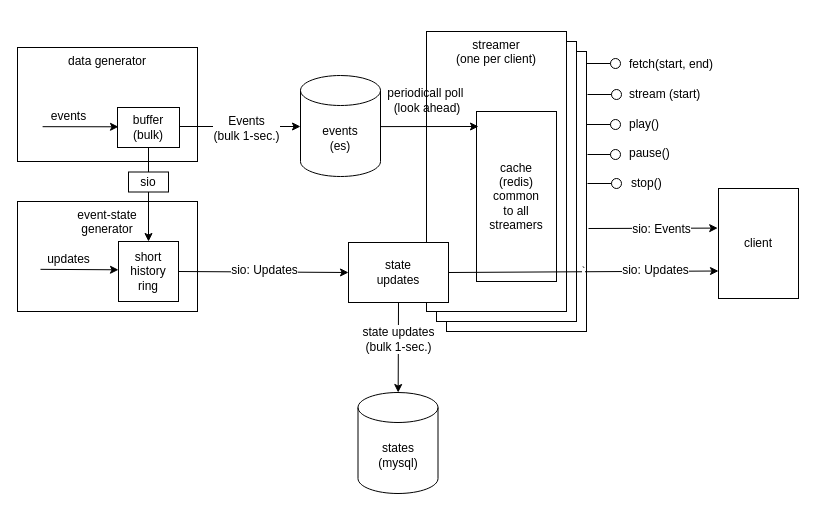
This is streaming.drawio from yossico2/monitor.backend, a draw.io file, before an edit. Source tidied: cells renumbered, new cells numbered last; positions are measured from the earlier drawing's top-left corner, leaving out a move shared by most shapes. Both pictures are drawn from the tidied source at 100%, with x=0, y=0 at pixel (17, 31).
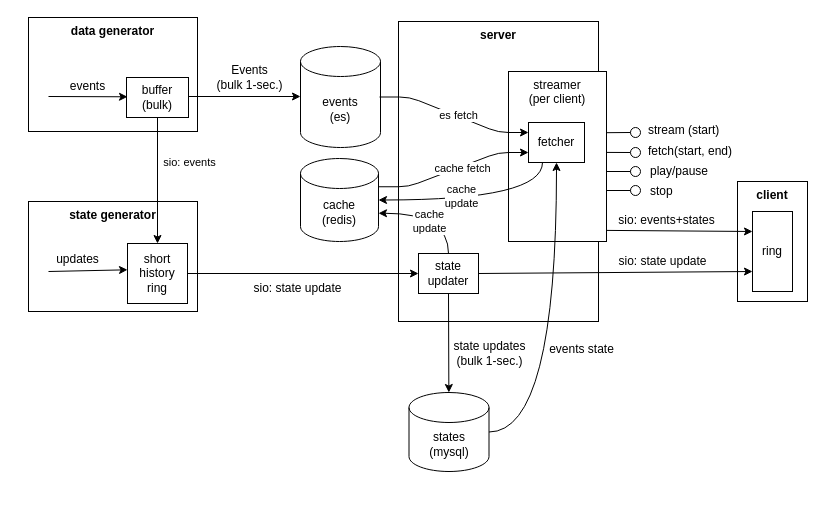
Above is the later version.

Unchanged cells that the change refers to:
```xml
<mxCell id="41" style="endArrow=classic;html=1;exitX=0.5;exitY=1;exitDx=0;exitDy=0;" parent="1" edge="1" source="49" target="40">
  <mxGeometry relative="1" as="geometry" />
</mxCell>
<mxCell id="44" style="endArrow=classic;html=1;exitX=0.5;exitY=1;exitDx=0;exitDy=0;" parent="1" edge="1" source="43" target="15">
  <mxGeometry relative="1" as="geometry" />
</mxCell>
<mxCell id="47" style="endArrow=classic;html=1;exitX=1;exitY=0.5;exitDx=0;exitDy=0;entryX=0;entryY=0.5;entryDx=0;entryDy=0;startArrow=none;" parent="1" edge="1" source="15" target="49">
  <mxGeometry relative="1" as="geometry" />
</mxCell>
```

What changed in the source:
```diff
@@
-    <mxCell id="2" style="rounded=0;whiteSpace=wrap;html=1;verticalAlign=top;align=center;" parent="1" vertex="1">
-      <mxGeometry x="429" y="20" width="140" height="280" as="geometry" />
-    </mxCell>
-    <mxCell id="3" style="rounded=0;whiteSpace=wrap;html=1;verticalAlign=top;align=center;" parent="1" vertex="1">
-      <mxGeometry x="419" y="10" width="140" height="280" as="geometry" />
-    </mxCell>
-    <mxCell id="4" value="event-state&lt;br&gt;generator" style="rounded=0;whiteSpace=wrap;html=1;verticalAlign=top;align=center;" parent="1" vertex="1">
-      <mxGeometry y="170" width="180" height="110" as="geometry" />
+    <mxCell id="4" value="&lt;b&gt;state generator&lt;/b&gt;" style="rounded=0;whiteSpace=wrap;html=1;verticalAlign=top;align=center;" parent="1" vertex="1">
+      <mxGeometry x="11" y="170" width="169" height="110" as="geometry" />
     </mxCell>
-    <mxCell id="5" value="streamer&lt;br&gt;(one per client)" style="rounded=0;whiteSpace=wrap;html=1;verticalAlign=top;align=center;" parent="1" vertex="1">
-      <mxGeometry x="409" width="140" height="280" as="geometry" />
+    <mxCell id="5" value="&lt;b&gt;server&lt;/b&gt;" style="rounded=0;whiteSpace=wrap;html=1;verticalAlign=top;align=center;" parent="1" vertex="1">
+      <mxGeometry x="381" y="-10" width="200" height="300" as="geometry" />
     </mxCell>
     <mxCell id="6" value="events&lt;br&gt;(es)" style="shape=cylinder3;whiteSpace=wrap;html=1;boundedLbl=1;backgroundOutline=1;size=15;" parent="1" vertex="1">
-      <mxGeometry x="283" y="44" width="80" height="101" as="geometry" />
+      <mxGeometry x="283" y="15" width="80" height="101" as="geometry" />
     </mxCell>
-    <mxCell id="7" style="endArrow=classic;html=1;entryX=-0.01;entryY=0.36;entryDx=0;entryDy=0;entryPerimeter=0;" parent="1" edge="1" target="10">
-      <mxGeometry relative="1" as="geometry">
-        <mxPoint x="571" y="197" as="sourcePoint" />
-      </mxGeometry>
-    </mxCell>
-    <mxCell id="8" value="&lt;span style=&quot;font-size: 12px&quot;&gt;sio:&amp;nbsp;&lt;/span&gt;&lt;span style=&quot;font-size: 12px&quot;&gt;Events&lt;/span&gt;" style="edgeLabel;html=1;align=center;verticalAlign=middle;" parent="7" vertex="1">
-      <mxGeometry x="0.11" y="-1" relative="1" as="geometry" />
-    </mxCell>
-    <mxCell id="9" value="periodicall poll&amp;nbsp;&lt;br&gt;(look ahead)" style="text;html=1;strokeColor=none;fillColor=none;align=center;verticalAlign=middle;whiteSpace=wrap;rounded=0;" parent="1" vertex="1">
-      <mxGeometry x="367" y="46.8" width="86" height="45" as="geometry" />
-    </mxCell>
-    <mxCell id="10" value="&lt;span&gt;client&lt;/span&gt;" style="rounded=0;whiteSpace=wrap;html=1;" parent="1" vertex="1">
-      <mxGeometry x="701" y="157" width="80" height="110" as="geometry" />
+    <mxCell id="10" value="&lt;span&gt;&lt;b&gt;client&lt;/b&gt;&lt;/span&gt;" style="rounded=0;whiteSpace=wrap;html=1;verticalAlign=top;" parent="1" vertex="1">
+      <mxGeometry x="720" y="150" width="70" height="120" as="geometry" />
     </mxCell>
-    <mxCell id="11" value="cache&lt;br&gt;(redis)&lt;br&gt;common&lt;br&gt;to all&lt;br&gt;streamers" style="rounded=0;whiteSpace=wrap;html=1;" parent="1" vertex="1">
-      <mxGeometry x="459" y="80" width="80" height="170" as="geometry" />
-    </mxCell>
-    <mxCell id="12" value="data generator" style="rounded=0;whiteSpace=wrap;html=1;verticalAlign=top;align=center;" parent="1" vertex="1">
-      <mxGeometry y="16" width="180" height="114" as="geometry" />
+    <mxCell id="12" value="&lt;b&gt;data generator&lt;/b&gt;" style="rounded=0;whiteSpace=wrap;html=1;verticalAlign=top;align=center;" parent="1" vertex="1">
+      <mxGeometry x="11" y="-14" width="169" height="114" as="geometry" />
     </mxCell>
     <mxCell id="13" style="endArrow=classic;html=1;entryX=0;entryY=0;entryDx=0;entryDy=30;entryPerimeter=0;" parent="1" edge="1">
       <mxGeometry relative="1" as="geometry">
-        <mxPoint x="161" y="95" as="sourcePoint" />
-        <mxPoint x="283" y="95" as="targetPoint" />
+        <mxPoint x="161" y="65" as="sourcePoint" />
+        <mxPoint x="283" y="65" as="targetPoint" />
       </mxGeometry>
     </mxCell>
     <mxCell id="14" value="&lt;span style=&quot;font-size: 12px&quot;&gt;Events&lt;br&gt;&lt;/span&gt;&lt;span style=&quot;font-size: 12px&quot;&gt;(bulk 1-sec.)&lt;/span&gt;&lt;span style=&quot;font-size: 12px&quot;&gt;&lt;br&gt;&lt;/span&gt;" style="edgeLabel;html=1;align=center;verticalAlign=middle;" parent="13" vertex="1">
       <mxGeometry x="-0.08" y="-1" relative="1" as="geometry">
-        <mxPoint x="11" as="offset" />
+        <mxPoint x="14" y="-21" as="offset" />
       </mxGeometry>
     </mxCell>
     <mxCell id="15" value="short&lt;br&gt;history&lt;br&gt;ring" style="rounded=0;whiteSpace=wrap;html=1;" parent="1" vertex="1">
-      <mxGeometry x="101" y="210" width="60" height="60" as="geometry" />
+      <mxGeometry x="110" y="212" width="60" height="60" as="geometry" />
     </mxCell>
-    <mxCell id="16" style="endArrow=classic;html=1;exitX=-0.018;exitY=0.994;exitDx=0;exitDy=0;exitPerimeter=0;" parent="1" edge="1" source="17">
+    <mxCell id="16" style="endArrow=classic;html=1;" parent="1" edge="1">
       <mxGeometry relative="1" as="geometry">
-        <mxPoint x="101" y="95.3" as="targetPoint" />
+        <mxPoint x="31" y="65" as="sourcePoint" />
+        <mxPoint x="110" y="65.3" as="targetPoint" />
       </mxGeometry>
     </mxCell>
     <mxCell id="17" value="events" style="text;html=1;align=center;verticalAlign=middle;points=[];strokeColor=none;fillColor=none;" parent="1" vertex="1">
-      <mxGeometry x="26" y="75.3" width="50" height="20" as="geometry" />
+      <mxGeometry x="45" y="45.3" width="50" height="20" as="geometry" />
     </mxCell>
-    <mxCell id="18" style="endArrow=classic;html=1;exitX=0.033;exitY=0.977;exitDx=0;exitDy=0;exitPerimeter=0;" parent="1" edge="1" source="19">
+    <mxCell id="18" style="endArrow=classic;html=1;" parent="1" edge="1">
       <mxGeometry relative="1" as="geometry">
-        <mxPoint x="101" y="238.3" as="targetPoint" />
+        <mxPoint x="31" y="240" as="sourcePoint" />
+        <mxPoint x="110" y="238.3" as="targetPoint" />
       </mxGeometry>
     </mxCell>
     <mxCell id="19" value="updates" style="text;html=1;align=center;verticalAlign=middle;points=[];strokeColor=none;fillColor=none;" parent="1" vertex="1">
-      <mxGeometry x="21" y="218.3" width="60" height="20" as="geometry" />
+      <mxGeometry x="30" y="218.3" width="60" height="20" as="geometry" />
     </mxCell>
     <mxCell id="20" value="stream (start)" style="text;html=1;strokeColor=none;fillColor=none;align=left;verticalAlign=middle;whiteSpace=wrap;rounded=0;" parent="1" vertex="1">
-      <mxGeometry x="610" y="48" width="120" height="30" as="geometry" />
+      <mxGeometry x="629" y="86" width="92" height="25" as="geometry" />
     </mxCell>
-    <mxCell id="21" value="play()" style="text;html=1;strokeColor=none;fillColor=none;align=left;verticalAlign=middle;whiteSpace=wrap;rounded=0;" parent="1" vertex="1">
-      <mxGeometry x="610" y="78" width="120" height="30" as="geometry" />
+    <mxCell id="21" value="play/pause" style="text;html=1;strokeColor=none;fillColor=none;align=left;verticalAlign=middle;whiteSpace=wrap;rounded=0;" parent="1" vertex="1">
+      <mxGeometry x="631" y="130" width="70" height="20" as="geometry" />
     </mxCell>
-    <mxCell id="22" value="pause()" style="text;html=1;strokeColor=none;fillColor=none;align=left;verticalAlign=middle;whiteSpace=wrap;rounded=0;" parent="1" vertex="1">
-      <mxGeometry x="610" y="107" width="120" height="30" as="geometry" />
-    </mxCell>
     <mxCell id="23" value="fetch(start, end)" style="text;html=1;strokeColor=none;fillColor=none;align=left;verticalAlign=middle;whiteSpace=wrap;rounded=0;" parent="1" vertex="1">
-      <mxGeometry x="610" y="18" width="120" height="30" as="geometry" />
+      <mxGeometry x="629" y="107" width="92" height="25" as="geometry" />
     </mxCell>
-    <mxCell id="24" value="stop()" style="text;html=1;strokeColor=none;fillColor=none;align=left;verticalAlign=middle;whiteSpace=wrap;rounded=0;" parent="1" vertex="1">
-      <mxGeometry x="612" y="137" width="120" height="30" as="geometry" />
+    <mxCell id="24" value="stop" style="text;html=1;strokeColor=none;fillColor=none;align=left;verticalAlign=middle;whiteSpace=wrap;rounded=0;" parent="1" vertex="1">
+      <mxGeometry x="631" y="150" width="30" height="20" as="geometry" />
     </mxCell>
-    <mxCell id="25" style="group;" parent="1" vertex="1">
-      <mxGeometry x="569" y="27" width="34" height="10" as="geometry" />
-    </mxCell>
-    <mxCell id="26" style="ellipse;whiteSpace=wrap;html=1;" parent="25" vertex="1">
-      <mxGeometry x="24" width="10" height="10" as="geometry" />
-    </mxCell>
-    <mxCell id="27" style="endArrow=none;html=1;exitX=0;exitY=0.5;exitDx=0;exitDy=0;" parent="25" edge="1" source="26">
-      <mxGeometry relative="1" as="geometry">
-        <mxPoint y="5" as="targetPoint" />
-      </mxGeometry>
-    </mxCell>
-    <mxCell id="28" style="group;" parent="1" vertex="1">
-      <mxGeometry x="570" y="58" width="34" height="10" as="geometry" />
-    </mxCell>
-    <mxCell id="29" style="ellipse;whiteSpace=wrap;html=1;" parent="28" vertex="1">
-      <mxGeometry x="24" width="10" height="10" as="geometry" />
-    </mxCell>
-    <mxCell id="30" style="endArrow=none;html=1;exitX=0;exitY=0.5;exitDx=0;exitDy=0;" parent="28" edge="1" source="29">
-      <mxGeometry relative="1" as="geometry">
-        <mxPoint y="5" as="targetPoint" />
-      </mxGeometry>
-    </mxCell>
-    <mxCell id="31" style="group;" parent="1" vertex="1">
-      <mxGeometry x="569" y="88" width="34" height="10" as="geometry" />
-    </mxCell>
-    <mxCell id="32" style="ellipse;whiteSpace=wrap;html=1;" parent="31" vertex="1">
-      <mxGeometry x="24" width="10" height="10" as="geometry" />
-    </mxCell>
-    <mxCell id="33" style="endArrow=none;html=1;exitX=0;exitY=0.5;exitDx=0;exitDy=0;" parent="31" edge="1">
-      <mxGeometry relative="1" as="geometry">
-        <mxPoint x="24" y="5" as="sourcePoint" />
-        <mxPoint y="5" as="targetPoint" />
-      </mxGeometry>
-    </mxCell>
-    <mxCell id="34" style="group;" parent="1" vertex="1">
-      <mxGeometry x="570" y="118" width="34" height="10" as="geometry" />
-    </mxCell>
-    <mxCell id="35" style="ellipse;whiteSpace=wrap;html=1;" parent="34" vertex="1">
-      <mxGeometry x="23" width="10" height="10" as="geometry" />
-    </mxCell>
-    <mxCell id="36" style="endArrow=none;html=1;exitX=0;exitY=0.5;exitDx=0;exitDy=0;" parent="34" edge="1" source="35">
-      <mxGeometry relative="1" as="geometry">
-        <mxPoint y="5" as="targetPoint" />
-      </mxGeometry>
-    </mxCell>
     <mxCell id="37" style="group;" parent="1" vertex="1">
-      <mxGeometry x="570" y="147" width="34" height="10" as="geometry" />
+      <mxGeometry x="589" y="135" width="34" height="10" as="geometry" />
     </mxCell>
@@
     <mxCell id="40" value="states&lt;br&gt;(mysql)" style="shape=cylinder3;whiteSpace=wrap;html=1;boundedLbl=1;backgroundOutline=1;size=15;" parent="1" vertex="1">
-      <mxGeometry x="340.5" y="361" width="80" height="101" as="geometry" />
+      <mxGeometry x="391.5" y="361" width="80" height="79" as="geometry" />
     </mxCell>
@@
     <mxCell id="42" value="&lt;span style=&quot;font-size: 12px&quot;&gt;state updates&lt;br&gt;&lt;/span&gt;&lt;span style=&quot;font-size: 12px&quot;&gt;(bulk 1-sec.)&lt;/span&gt;&lt;span style=&quot;font-size: 12px&quot;&gt;&lt;br&gt;&lt;/span&gt;" style="edgeLabel;html=1;align=center;verticalAlign=middle;" parent="41" vertex="1">
       <mxGeometry x="-0.08" y="-1" relative="1" as="geometry">
-        <mxPoint x="1" y="-4" as="offset" />
+        <mxPoint x="41" y="13" as="offset" />
       </mxGeometry>
     </mxCell>
     <mxCell id="43" value="buffer&lt;br&gt;(bulk)" style="rounded=0;whiteSpace=wrap;html=1;" parent="1" vertex="1">
-      <mxGeometry x="100" y="76" width="62" height="40" as="geometry" />
+      <mxGeometry x="109" y="46" width="62" height="40" as="geometry" />
     </mxCell>
@@
-    <mxCell id="45" value="sio" style="rounded=0;whiteSpace=wrap;html=1;" parent="1" vertex="1">
-      <mxGeometry x="111" y="140.5" width="40" height="20" as="geometry" />
-    </mxCell>
-    <mxCell id="46" style="endArrow=classic;html=1;exitX=0.995;exitY=0.605;exitDx=0;exitDy=0;exitPerimeter=0;" parent="1" edge="1">
-      <mxGeometry relative="1" as="geometry">
-        <mxPoint x="362.6" y="95.1" as="sourcePoint" />
-        <mxPoint x="461" y="95" as="targetPoint" />
-      </mxGeometry>
-    </mxCell>
+    <mxCell id="52" value="sio: events" style="edgeLabel;html=1;align=center;verticalAlign=middle;" parent="44" vertex="1">
+      <mxGeometry x="-0.3" y="1" relative="1" as="geometry">
+        <mxPoint x="30" as="offset" />
+      </mxGeometry>
+    </mxCell>
@@
-    <mxCell id="48" value="&lt;span style=&quot;font-size: 12px&quot;&gt;sio: Updates&lt;/span&gt;" style="edgeLabel;html=1;align=center;verticalAlign=middle;" parent="47" vertex="1">
+    <mxCell id="48" value="&lt;span style=&quot;font-size: 12px&quot;&gt;sio: state update&lt;/span&gt;" style="edgeLabel;html=1;align=center;verticalAlign=middle;" parent="47" vertex="1">
       <mxGeometry x="0.12" y="-2" relative="1" as="geometry">
-        <mxPoint x="-9" y="-4" as="offset" />
+        <mxPoint x="-20" y="12" as="offset" />
       </mxGeometry>
     </mxCell>
-    <mxCell id="49" value="state&lt;br&gt;updates" style="rounded=0;whiteSpace=wrap;html=1;" parent="1" vertex="1">
-      <mxGeometry x="331" y="211" width="100" height="60" as="geometry" />
+    <mxCell id="49" value="state&lt;br&gt;updater" style="rounded=0;whiteSpace=wrap;html=1;" parent="1" vertex="1">
+      <mxGeometry x="401" y="222" width="60" height="40" as="geometry" />
     </mxCell>
-    <mxCell id="50" value="`" style="endArrow=classic;html=1;entryX=0;entryY=0.75;entryDx=0;entryDy=0;exitX=1;exitY=0.5;exitDx=0;exitDy=0;" parent="1" edge="1" source="49" target="10">
-      <mxGeometry relative="1" as="geometry" />
-    </mxCell>
-    <mxCell id="51" value="&lt;span style=&quot;font-size: 12px&quot;&gt;sio: Updates&lt;/span&gt;" style="edgeLabel;html=1;align=center;verticalAlign=middle;" parent="50" vertex="1">
-      <mxGeometry x="0.15" y="-1" relative="1" as="geometry">
-        <mxPoint x="51" y="-3" as="offset" />
-      </mxGeometry>
-    </mxCell>
+    <mxCell id="7" style="endArrow=classic;html=1;exitX=1.025;exitY=0.915;exitDx=0;exitDy=0;exitPerimeter=0;entryX=0;entryY=0.25;entryDx=0;entryDy=0;" parent="1" edge="1" target="55">
+      <mxGeometry relative="1" as="geometry">
+        <mxPoint x="589" y="198.9" as="sourcePoint" />
+      </mxGeometry>
+    </mxCell>
+    <mxCell id="8" value="&lt;span style=&quot;font-size: 12px&quot;&gt;sio: e&lt;/span&gt;&lt;span style=&quot;font-size: 12px&quot;&gt;vents+states&lt;/span&gt;" style="edgeLabel;html=1;align=center;verticalAlign=middle;" parent="7" vertex="1">
+      <mxGeometry x="0.11" y="-1" relative="1" as="geometry">
+        <mxPoint x="-21" y="-12" as="offset" />
+      </mxGeometry>
+    </mxCell>
+    <mxCell id="53" style="endArrow=classic;html=1;exitX=1;exitY=0.5;exitDx=0;exitDy=0;entryX=0;entryY=0.75;entryDx=0;entryDy=0;" parent="1" edge="1" source="49" target="55">
+      <mxGeometry relative="1" as="geometry" />
+    </mxCell>
+    <mxCell id="54" value="&lt;span style=&quot;font-size: 12px&quot;&gt;sio: state update&lt;/span&gt;" style="edgeLabel;html=1;align=center;verticalAlign=middle;" parent="53" vertex="1">
+      <mxGeometry x="0.11" y="-1" relative="1" as="geometry">
+        <mxPoint x="31" y="-12" as="offset" />
+      </mxGeometry>
+    </mxCell>
+    <mxCell id="55" value="ring" style="rounded=0;whiteSpace=wrap;html=1;" parent="1" vertex="1">
+      <mxGeometry x="735" y="180" width="40" height="80" as="geometry" />
+    </mxCell>
+    <mxCell id="56" style="endArrow=classic;html=1;exitX=0.5;exitY=0;exitDx=0;exitDy=0;entryX=1;entryY=0;entryDx=0;entryDy=54.75;entryPerimeter=0;edgeStyle=orthogonalEdgeStyle;curved=1;" parent="1" edge="1" source="49" target="58">
+      <mxGeometry relative="1" as="geometry" />
+    </mxCell>
+    <mxCell id="57" value="cache&lt;br&gt;update" style="edgeLabel;html=1;align=center;verticalAlign=middle;" parent="56" vertex="1">
+      <mxGeometry x="0.08" y="8" relative="1" as="geometry" />
+    </mxCell>
+    <mxCell id="58" value="cache&lt;br&gt;(redis)" style="shape=cylinder3;whiteSpace=wrap;html=1;boundedLbl=1;backgroundOutline=1;size=15;" parent="1" vertex="1">
+      <mxGeometry x="283" y="127" width="78" height="83" as="geometry" />
+    </mxCell>
+    <mxCell id="11" value="streamer&lt;br&gt;(per client)" style="rounded=0;whiteSpace=wrap;html=1;verticalAlign=top;" parent="1" vertex="1">
+      <mxGeometry x="491" y="40" width="98" height="170" as="geometry" />
+    </mxCell>
+    <mxCell id="46" style="endArrow=classic;html=1;exitX=1;exitY=0.5;exitDx=0;exitDy=0;exitPerimeter=0;edgeStyle=entityRelationEdgeStyle;entryX=0;entryY=0.25;entryDx=0;entryDy=0;" parent="1" edge="1" target="60">
+      <mxGeometry relative="1" as="geometry">
+        <mxPoint x="362" y="65.5" as="sourcePoint" />
+      </mxGeometry>
+    </mxCell>
+    <mxCell id="59" value="es fetch" style="edgeLabel;html=1;align=center;verticalAlign=middle;" parent="46" vertex="1">
+      <mxGeometry x="0.05" y="1" relative="1" as="geometry" />
+    </mxCell>
+    <mxCell id="60" value="fetcher" style="rounded=0;whiteSpace=wrap;html=1;" parent="1" vertex="1">
+      <mxGeometry x="511" y="91" width="56" height="40" as="geometry" />
+    </mxCell>
+    <mxCell id="61" style="endArrow=classic;html=1;entryX=0;entryY=0.75;entryDx=0;entryDy=0;exitX=1;exitY=0;exitDx=0;exitDy=28.25;exitPerimeter=0;edgeStyle=entityRelationEdgeStyle;" parent="1" edge="1" source="58" target="60">
+      <mxGeometry relative="1" as="geometry" />
+    </mxCell>
+    <mxCell id="62" value="cache fetch" style="edgeLabel;html=1;align=center;verticalAlign=middle;" parent="61" vertex="1">
+      <mxGeometry x="0.11" y="-2" relative="1" as="geometry" />
+    </mxCell>
+    <mxCell id="63" style="endArrow=classic;html=1;exitX=1;exitY=0.5;exitDx=0;exitDy=0;entryX=0.5;entryY=1;entryDx=0;entryDy=0;exitPerimeter=0;edgeStyle=orthogonalEdgeStyle;curved=1;" parent="1" edge="1" source="40" target="60">
+      <mxGeometry relative="1" as="geometry" />
+    </mxCell>
+    <mxCell id="64" value="&lt;span style=&quot;font-size: 12px&quot;&gt;events state&lt;/span&gt;" style="edgeLabel;html=1;align=center;verticalAlign=middle;" parent="63" vertex="1">
+      <mxGeometry x="0.11" y="-1" relative="1" as="geometry">
+        <mxPoint x="23" y="36" as="offset" />
+      </mxGeometry>
+    </mxCell>
+    <mxCell id="29" style="ellipse;whiteSpace=wrap;html=1;" parent="1" vertex="1">
+      <mxGeometry x="613" y="96" width="10" height="10" as="geometry" />
+    </mxCell>
+    <mxCell id="30" style="endArrow=none;html=1;exitX=0;exitY=0.5;exitDx=0;exitDy=0;entryX=0.997;entryY=0.36;entryDx=0;entryDy=0;entryPerimeter=0;" parent="1" edge="1" source="29" target="11">
+      <mxGeometry relative="1" as="geometry" />
+    </mxCell>
+    <mxCell id="65" style="group;" parent="1" vertex="1">
+      <mxGeometry x="589" y="154" width="34" height="10" as="geometry" />
+    </mxCell>
+    <mxCell id="66" style="ellipse;whiteSpace=wrap;html=1;" parent="65" vertex="1">
+      <mxGeometry x="24" width="10" height="10" as="geometry" />
+    </mxCell>
+    <mxCell id="67" style="endArrow=none;html=1;exitX=0;exitY=0.5;exitDx=0;exitDy=0;" parent="65" edge="1" source="66">
+      <mxGeometry relative="1" as="geometry">
+        <mxPoint y="5" as="targetPoint" />
+      </mxGeometry>
+    </mxCell>
+    <mxCell id="68" style="endArrow=classic;html=1;exitX=0.25;exitY=1;exitDx=0;exitDy=0;entryX=1;entryY=0.5;entryDx=0;entryDy=0;entryPerimeter=0;edgeStyle=orthogonalEdgeStyle;curved=1;" parent="1" edge="1" source="60" target="58">
+      <mxGeometry relative="1" as="geometry" />
+    </mxCell>
+    <mxCell id="69" value="cache&lt;br&gt;update" style="edgeLabel;html=1;align=center;verticalAlign=middle;" parent="68" vertex="1">
+      <mxGeometry x="-0.05" y="-7" relative="1" as="geometry">
+        <mxPoint x="-23" y="3" as="offset" />
+      </mxGeometry>
+    </mxCell>
+    <mxCell id="70" style="endArrow=none;html=1;exitX=0;exitY=0.5;exitDx=0;exitDy=0;entryX=0.997;entryY=0.476;entryDx=0;entryDy=0;entryPerimeter=0;" parent="1" edge="1" source="71" target="11">
+      <mxGeometry relative="1" as="geometry" />
+    </mxCell>
+    <mxCell id="71" style="ellipse;whiteSpace=wrap;html=1;" parent="1" vertex="1">
+      <mxGeometry x="613" y="116" width="10" height="10" as="geometry" />
+    </mxCell>
```
